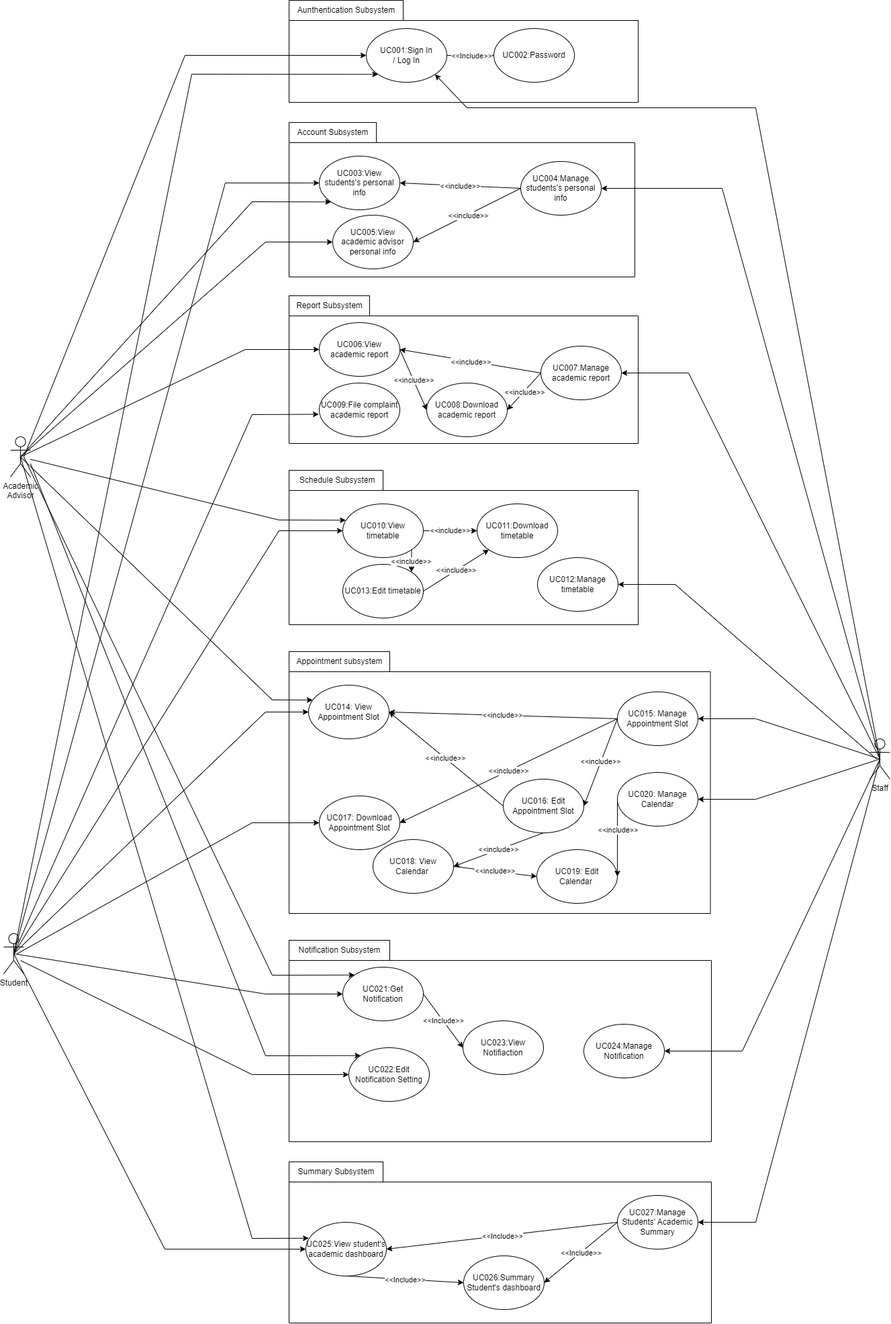
drshahizan/software-engineering keeps this draw.io diagram as proposal/submission/sec02/program/usecasediagram.png. Above is the earlier version. Source tidied: cells renumbered, new cells last; positions are measured from the earlier drawing's top-left corner, leaving out a move shared by most shapes.
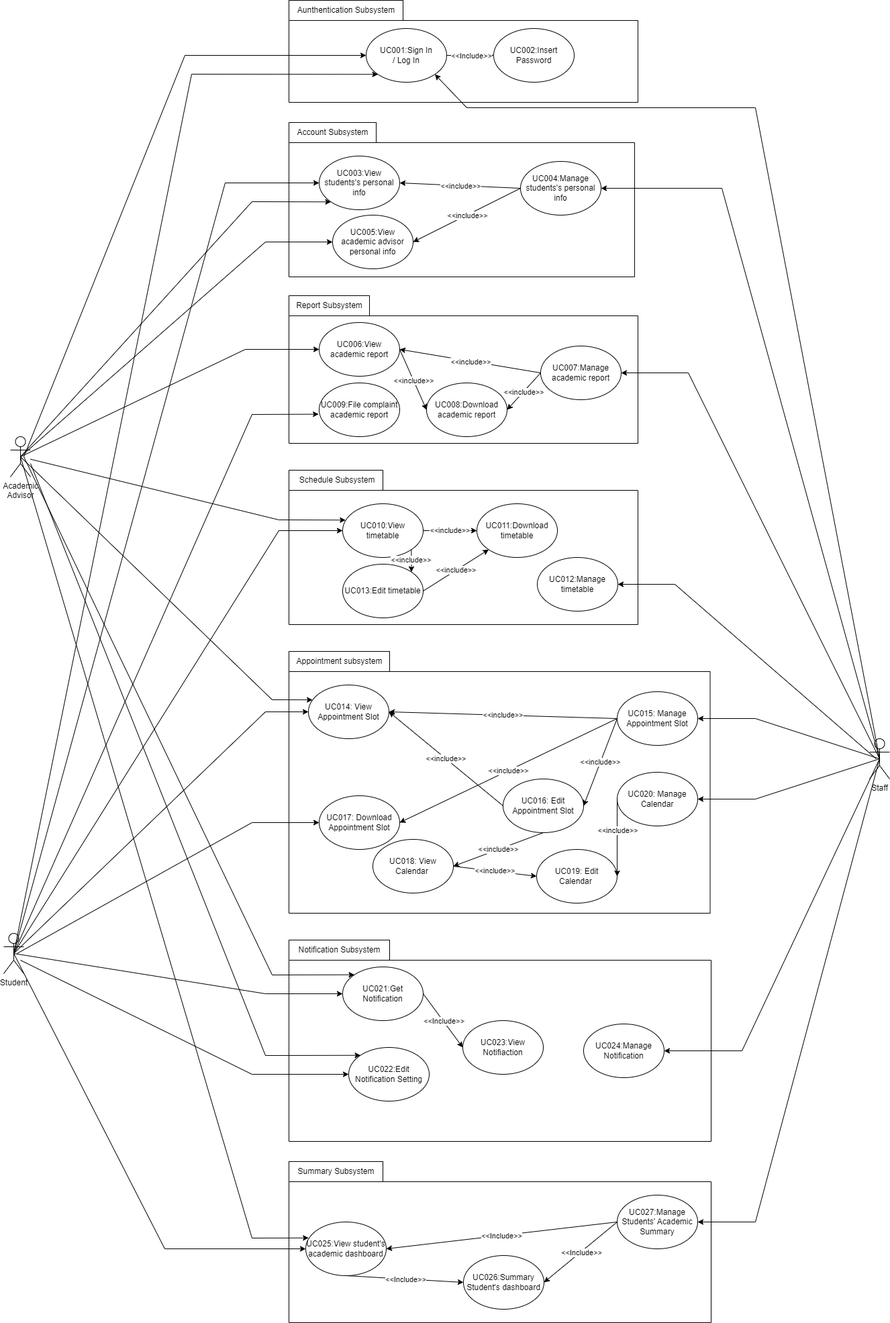
Later version of the same file.

Change to the diagram source:
```diff
@@ -50,7 +50,7 @@
     <mxCell id="17" value="UC001:Sign In &lt;br&gt;/ Log In" style="ellipse;whiteSpace=wrap;html=1;" parent="16" vertex="1">
       <mxGeometry x="115" y="12" width="120" height="80" as="geometry" />
     </mxCell>
-    <mxCell id="18" value="UC002:Password" style="ellipse;whiteSpace=wrap;html=1;" parent="16" vertex="1">
+    <mxCell id="18" value="UC002:Insert Password" style="ellipse;whiteSpace=wrap;html=1;" parent="16" vertex="1">
       <mxGeometry x="305" y="12" width="120" height="80" as="geometry" />
     </mxCell>
     <mxCell id="19" style="endArrow=classic;html=1;rounded=0;exitX=1;exitY=0.5;exitDx=0;exitDy=0;entryX=0;entryY=0.5;entryDx=0;entryDy=0;" parent="16" edge="1" source="17" target="18">
```
